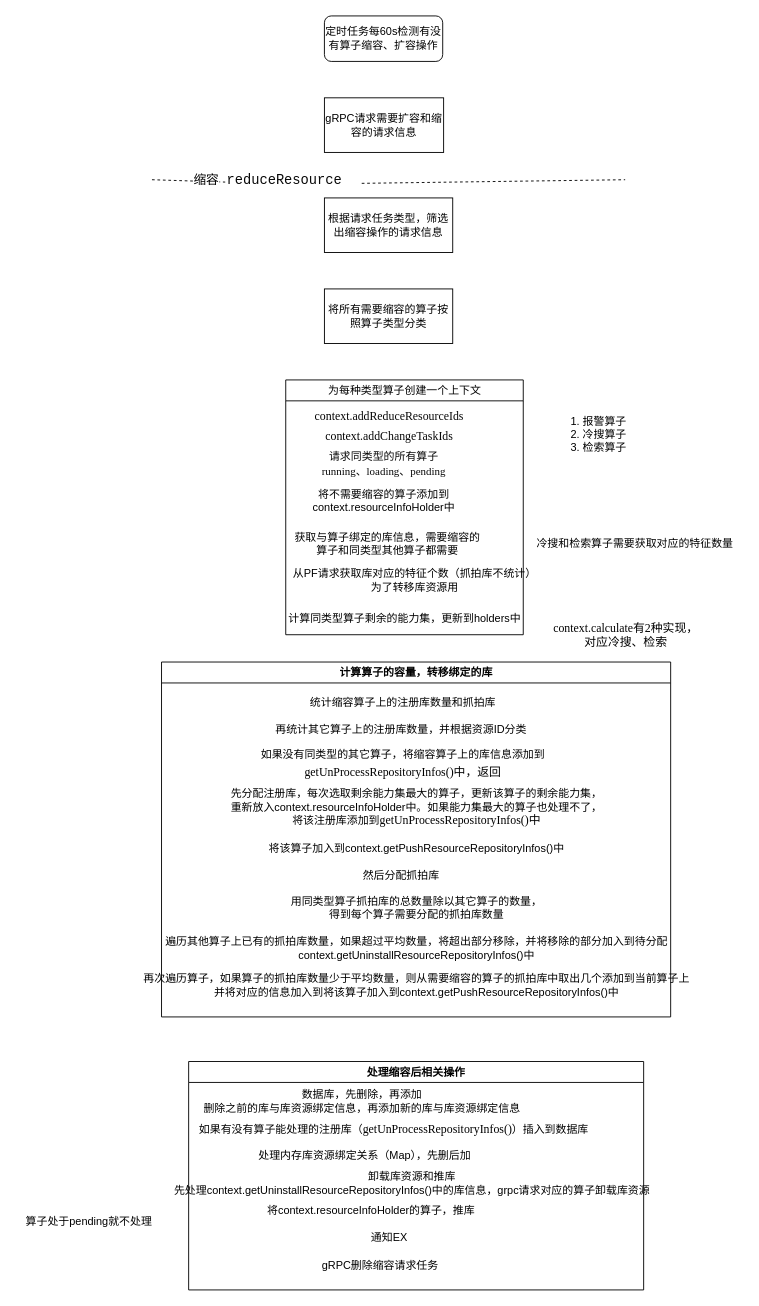
This is 算子缩容后的操作.drawio from hao14293/drawio, a draw.io file, before an edit. Source tidied: cells renumbered, new cells numbered last; positions are measured from the earlier drawing's top-left corner, leaving out a move shared by most shapes. Both pictures are drawn from the tidied source at 91%, with x=0, y=0 at pixel (15, 15).
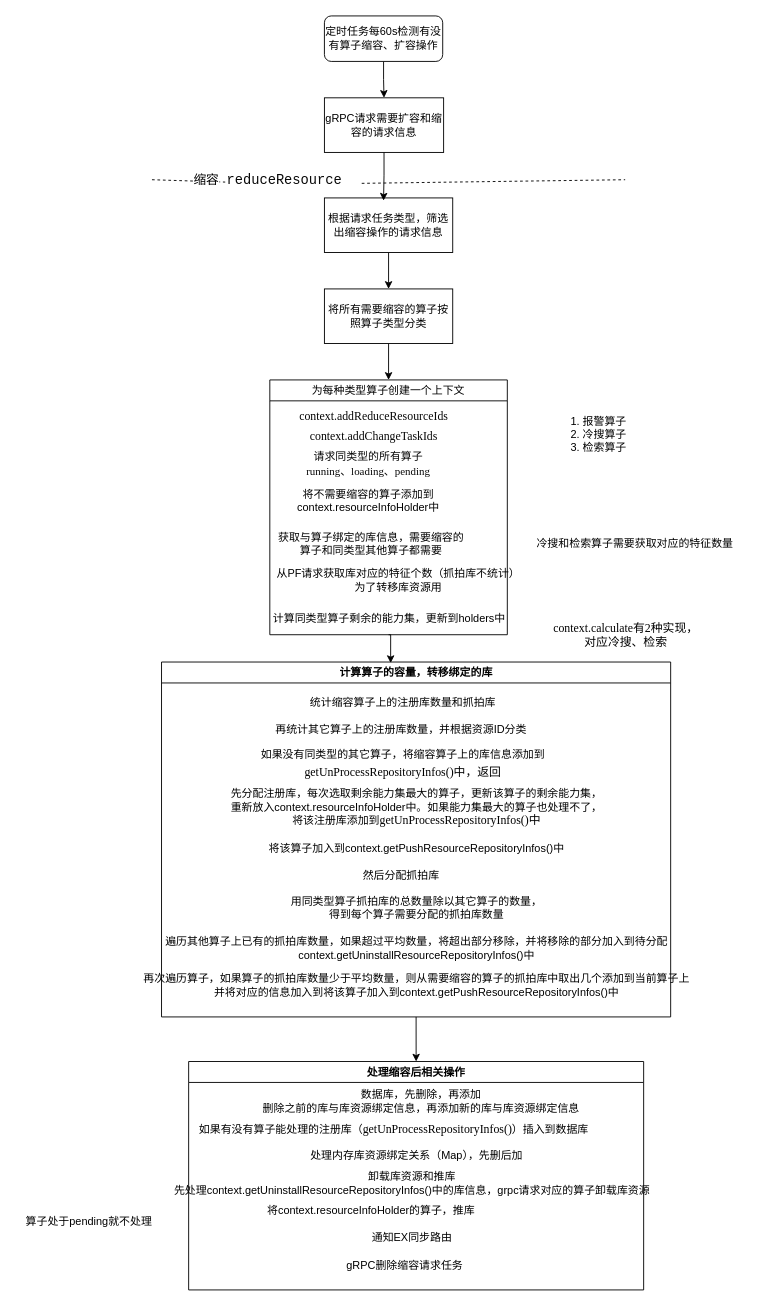
Above is the later version.

Commit message:
更新算子缩容后的操作.drawio

The change refers to these unchanged cells:
```xml
<mxCell id="2" value="定时任务每60s检测有没有算子缩容、扩容操作" style="rounded=1;whiteSpace=wrap;html=1;" parent="1" vertex="1">
  <mxGeometry x="339" width="130" height="50" as="geometry" />
</mxCell>
<mxCell id="3" value="gRPC请求需要扩容和缩容的请求信息" style="rounded=0;whiteSpace=wrap;html=1;" parent="1" vertex="1">
  <mxGeometry x="339" y="90" width="131" height="60" as="geometry" />
</mxCell>
<mxCell id="4" value="根据请求任务类型，筛选出缩容操作的请求信息" style="rounded=0;whiteSpace=wrap;html=1;" parent="1" vertex="1">
  <mxGeometry x="339" y="200" width="141" height="60" as="geometry" />
</mxCell>
<mxCell id="9" value="将所有需要缩容的算子按照算子类型分类" style="rounded=0;whiteSpace=wrap;html=1;" parent="1" vertex="1">
  <mxGeometry x="339" y="300" width="141" height="60" as="geometry" />
</mxCell>
<mxCell id="20" value="计算算子的容量，转移绑定的库" style="swimlane;whiteSpace=wrap;html=1;" parent="1" vertex="1">
  <mxGeometry x="160" y="710" width="559.5" height="390" as="geometry" />
</mxCell>
<mxCell id="31" value="处理缩容后相关操作" style="swimlane;whiteSpace=wrap;html=1;" parent="1" vertex="1">
  <mxGeometry x="189.8" y="1149" width="500" height="251" as="geometry" />
</mxCell>
```

Diff of the diagram source:
```diff
@@
+    <mxCell id="40" style="edgeStyle=orthogonalEdgeStyle;rounded=0;jettySize=auto;html=1;exitX=0.5;exitY=1;exitDx=0;exitDy=0;entryX=0.5;entryY=0;entryDx=0;entryDy=0;" parent="1" edge="1" source="2" target="3">
+      <mxGeometry relative="1" as="geometry" />
+    </mxCell>
@@
+    <mxCell id="41" style="edgeStyle=orthogonalEdgeStyle;rounded=0;jettySize=auto;html=1;exitX=0.5;exitY=1;exitDx=0;exitDy=0;entryX=0.5;entryY=0;entryDx=0;entryDy=0;" parent="1" edge="1" source="4" target="9">
+      <mxGeometry relative="1" as="geometry" />
+    </mxCell>
@@
+    <mxCell id="42" style="edgeStyle=orthogonalEdgeStyle;rounded=0;jettySize=auto;html=1;exitX=0.5;exitY=1;exitDx=0;exitDy=0;" parent="1" edge="1" source="9" target="11">
+      <mxGeometry relative="1" as="geometry" />
+    </mxCell>
@@
     <mxCell id="11" value="&lt;span style=&quot;font-weight: 400;&quot;&gt;为每种类型算子创建一个上下文&lt;/span&gt;" style="swimlane;whiteSpace=wrap;html=1;" parent="1" vertex="1">
-      <mxGeometry x="296.5" y="400" width="261" height="280" as="geometry" />
+      <mxGeometry x="279" y="400" width="261" height="280" as="geometry" />
     </mxCell>
@@
+    <mxCell id="43" style="edgeStyle=orthogonalEdgeStyle;rounded=0;jettySize=auto;html=1;exitX=0.5;exitY=1;exitDx=0;exitDy=0;entryX=0.5;entryY=0;entryDx=0;entryDy=0;" parent="1" edge="1" source="20" target="31">
+      <mxGeometry relative="1" as="geometry" />
+    </mxCell>
@@
     <mxCell id="33" value="处理内存库资源绑定关系（Map），先删后加" style="text;html=1;align=center;verticalAlign=middle;strokeColor=none;fillColor=none;" parent="31" vertex="1">
-      <mxGeometry x="63" y="89" width="260" height="30" as="geometry" />
+      <mxGeometry x="120" y="89" width="260" height="30" as="geometry" />
     </mxCell>
@@
-    <mxCell id="35" value="数据库，先删除，再添加&lt;div&gt;删除之前的库与库资源绑定信息，再添加新的库与库资源绑定信息&lt;/div&gt;" style="text;html=1;align=center;verticalAlign=middle;strokeColor=none;fillColor=none;" parent="1" vertex="1">
-      <mxGeometry x="195" y="1173" width="370" height="40" as="geometry" />
+    <mxCell id="35" value="数据库，先删除，再添加&lt;div&gt;删除之前的库与库资源绑定信息，再添加新的库与库资源绑定信息&lt;/div&gt;" style="text;html=1;align=center;verticalAlign=middle;strokeColor=none;fillColor=none;" parent="31" vertex="1">
+      <mxGeometry x="70.2" y="24" width="370" height="40" as="geometry" />
     </mxCell>
+    <mxCell id="38" value="通知EX同步路由" style="text;html=1;align=center;verticalAlign=middle;strokeColor=none;fillColor=none;" parent="31" vertex="1">
+      <mxGeometry x="190" y="179" width="110" height="30" as="geometry" />
+    </mxCell>
@@
-    <mxCell id="38" value="通知EX" style="text;html=1;align=center;verticalAlign=middle;strokeColor=none;fillColor=none;" parent="1" vertex="1">
-      <mxGeometry x="380" y="1328" width="60" height="30" as="geometry" />
-    </mxCell>
     <mxCell id="39" value="gRPC删除缩容请求任务" style="text;html=1;align=center;verticalAlign=middle;strokeColor=none;fillColor=none;" parent="1" vertex="1">
-      <mxGeometry x="325" y="1358" width="150" height="30" as="geometry" />
+      <mxGeometry x="352" y="1358" width="150" height="30" as="geometry" />
     </mxCell>
+    <mxCell id="44" style="edgeStyle=orthogonalEdgeStyle;rounded=0;jettySize=auto;html=1;exitX=0.5;exitY=1;exitDx=0;exitDy=0;entryX=0.461;entryY=0.05;entryDx=0;entryDy=0;entryPerimeter=0;" parent="1" edge="1" source="3" target="4">
+      <mxGeometry relative="1" as="geometry" />
+    </mxCell>
+    <mxCell id="45" style="edgeStyle=orthogonalEdgeStyle;rounded=0;jettySize=auto;html=1;exitX=0.5;exitY=1;exitDx=0;exitDy=0;entryX=0.45;entryY=0.003;entryDx=0;entryDy=0;entryPerimeter=0;" parent="1" edge="1" source="11" target="20">
+      <mxGeometry relative="1" as="geometry" />
+    </mxCell>
```
